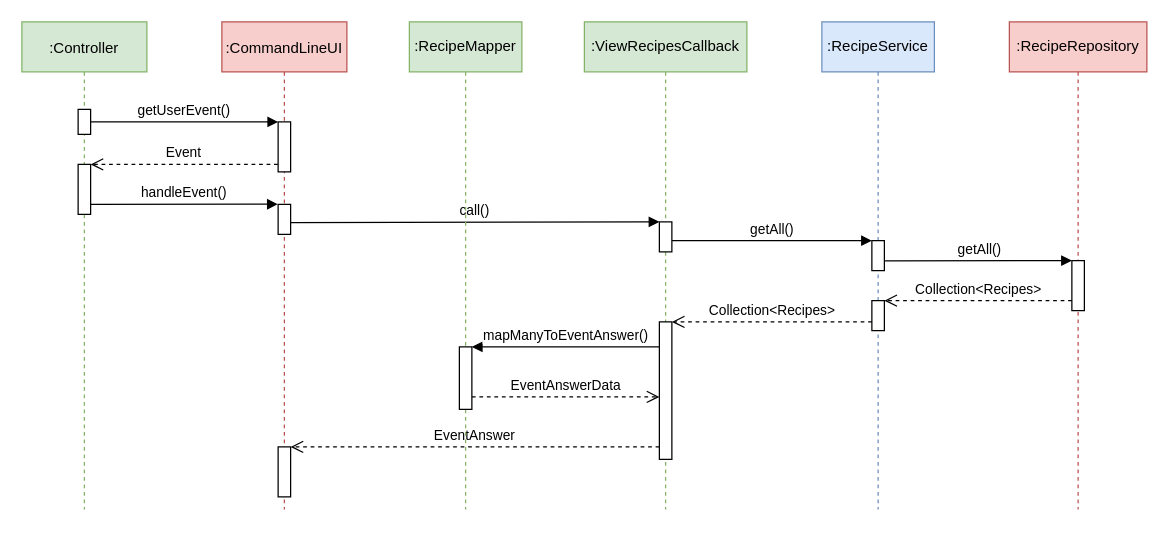
This is docs/diagrams/adapter_sequence.drawio from andretrump/quickie, a draw.io file, before an edit. Source tidied: cells renumbered, new cells numbered last; positions are measured from the earlier drawing's top-left corner, leaving out a move shared by most shapes. Both pictures are drawn from the tidied source at 125%, with x=0, y=0 at pixel (21, 21).
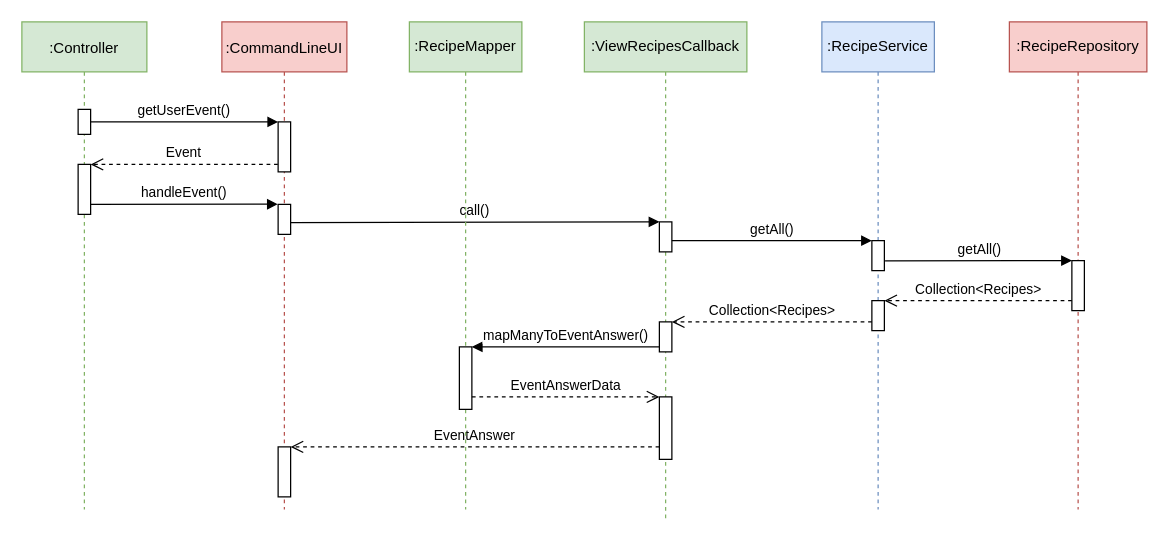
The same diagram, later.

Diff of the diagram source:
```diff
@@
     <mxCell id="12" value=":ViewRecipesCallback" style="shape=umlLifeline;perimeter=lifelinePerimeter;whiteSpace=wrap;html=1;fillColor=#d5e8d4;strokeColor=#82b366;" parent="1" vertex="1">
-      <mxGeometry x="450" width="130" height="390" as="geometry" />
+      <mxGeometry x="450" width="130" height="400" as="geometry" />
     </mxCell>
@@
     <mxCell id="14" style="html=1;perimeter=orthogonalPerimeter;" parent="12" vertex="1">
-      <mxGeometry x="60" y="240" width="10" height="110" as="geometry" />
+      <mxGeometry x="60" y="240" width="10" height="24" as="geometry" />
     </mxCell>
@@
+    <mxCell id="30" style="html=1;perimeter=orthogonalPerimeter;" parent="12" vertex="1">
+      <mxGeometry x="60" y="300" width="10" height="50" as="geometry" />
+    </mxCell>
```
